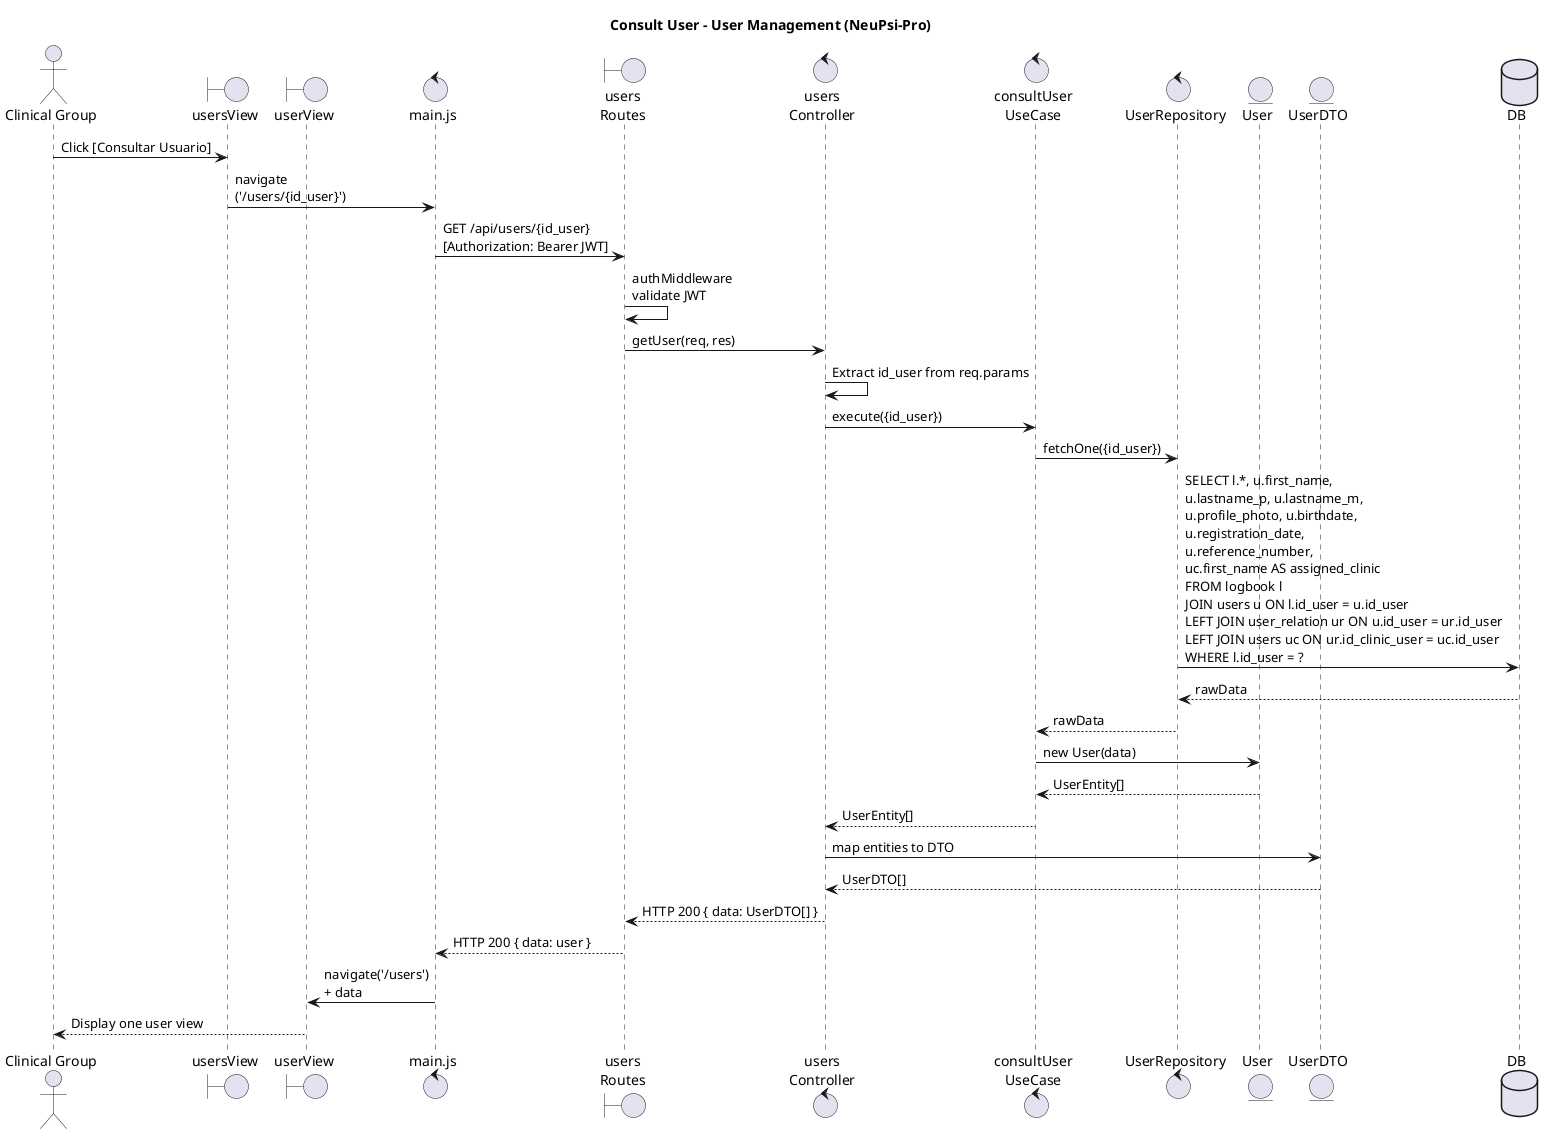
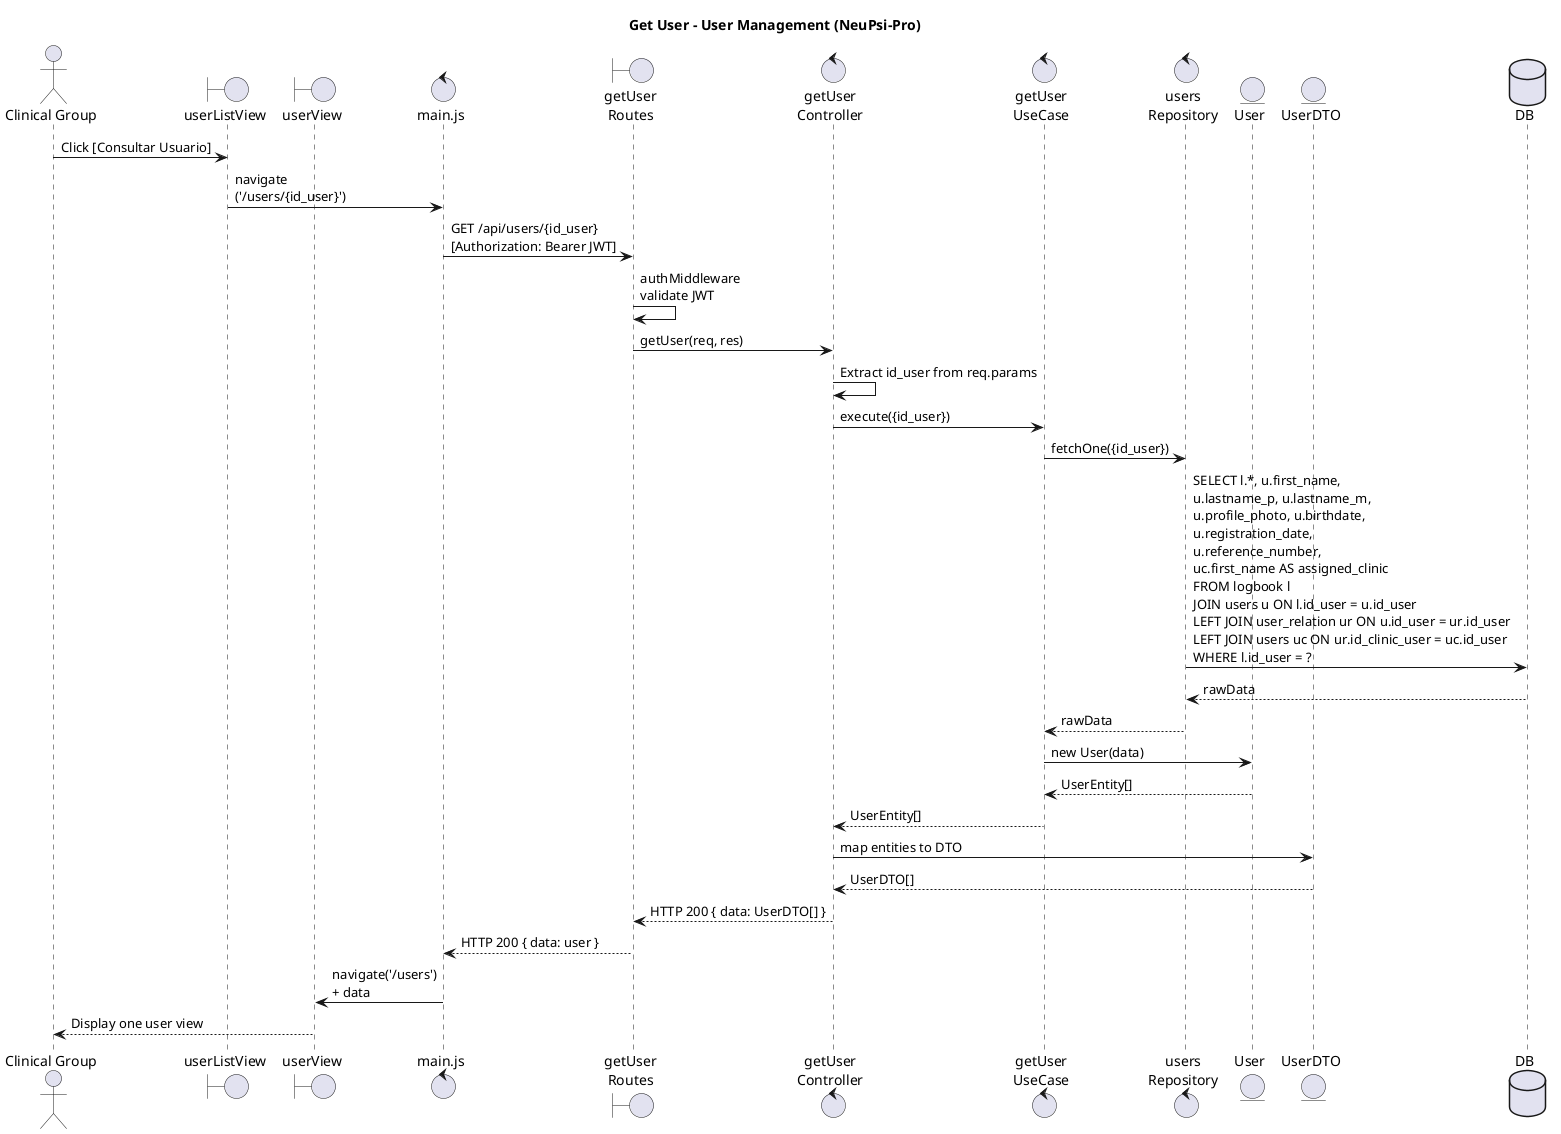
- @startuml GU04 Consult-User
+ @startuml GU05 Get-User

- title Consult User - User Management (NeuPsi-Pro)
+ title Get User - User Management (NeuPsi-Pro)

actor "Clinical Group" as CG

- boundary "usersView" as VUsers
+ boundary "userListView" as VUsers
boundary "userView" as VOne
control "main.js" as MAIN
- boundary "users\nRoutes" as ROUTE
- control "users\nController" as CTRL
- control "consultUser\nUseCase" as UC
- control "UserRepository" as REPO
+ boundary "getUser\nRoutes" as ROUTE
+ control "getUser\nController" as CTRL
+ control "getUser\nUseCase" as UC
+ control "users\nRepository" as REPO
entity "User" as ENT
entity "UserDTO" as DTO
database DB

CG -> VUsers : Click [Consultar Usuario]
VUsers -> MAIN : navigate\n('/users/{id_user}')

MAIN -> ROUTE : GET /api/users/{id_user}\n[Authorization: Bearer JWT]

ROUTE -> ROUTE : authMiddleware\nvalidate JWT
ROUTE -> CTRL : getUser(req, res)

CTRL -> CTRL : Extract id_user from req.params

CTRL -> UC : execute({id_user})

UC -> REPO : fetchOne({id_user})

REPO -> DB : SELECT l.*, u.first_name,\nu.lastname_p, u.lastname_m,\nu.profile_photo, u.birthdate,\nu.registration_date,\nu.reference_number,\nuc.first_name AS assigned_clinic\nFROM logbook l\nJOIN users u ON l.id_user = u.id_user\nLEFT JOIN user_relation ur ON u.id_user = ur.id_user\nLEFT JOIN users uc ON ur.id_clinic_user = uc.id_user\nWHERE l.id_user = ?

DB --> REPO : rawData

REPO --> UC : rawData

UC -> ENT : new User(data)
ENT --> UC : UserEntity[]

UC --> CTRL : UserEntity[]

CTRL -> DTO : map entities to DTO
DTO --> CTRL : UserDTO[]

CTRL --> ROUTE : HTTP 200 { data: UserDTO[] }

ROUTE --> MAIN : HTTP 200 { data: user }

MAIN -> VOne : navigate('/users')\n+ data

VOne --> CG : Display one user view

@enduml